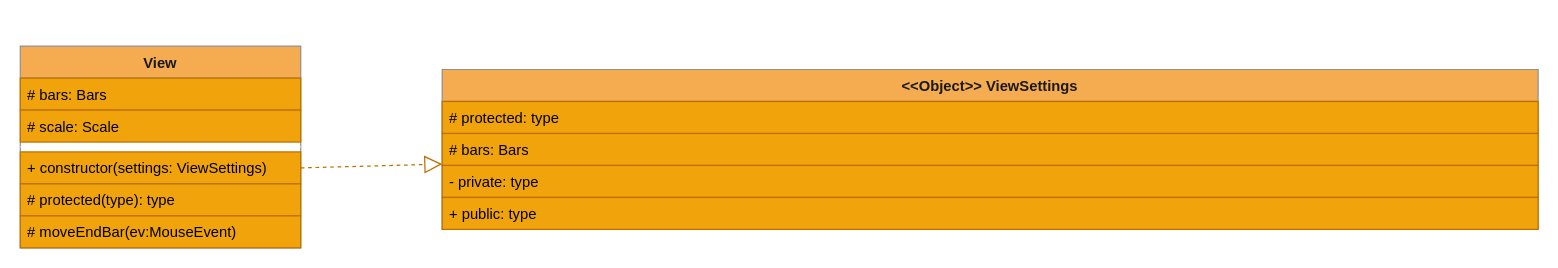
ArhDemetriy/Slider keeps this draw.io diagram as page "View" (4 of 6) of src/components/simple/slider/slider.drawio. Above is the earlier version. Source tidied: cells renumbered, new cells numbered last; positions are measured from the earlier drawing's top-left corner, leaving out a move shared by most shapes. Both pictures are drawn from the tidied source at 123%, with x=0, y=0 at pixel (20, 46).
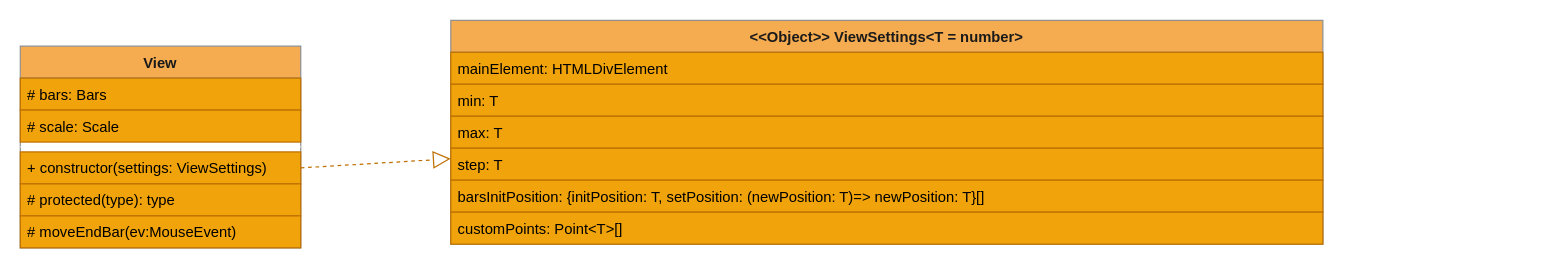
Above is the later version.

Change to the diagram source:
```diff
@@
 <mxGraphModel>
   <root>
     <mxCell id="0" />
     <mxCell id="1" parent="0" />
     <mxCell id="2" parent="0" />
     <mxCell id="3" value="View" style="swimlane;fontStyle=1;align=center;verticalAlign=top;horizontal=1;startSize=26;rounded=0;sketch=0;strokeColor=#909090;fillColor=#F5AB50;fontColor=#1A1A1A;" parent="2" vertex="1">
       <mxGeometry width="228" height="164" as="geometry" />
     </mxCell>
     <mxCell id="4" value="# bars: Bars" style="text;fillColor=#f0a30a;align=left;verticalAlign=top;spacingLeft=4;spacingRight=4;overflow=hidden;strokeColor=#BD7000;fontColor=#000000;" parent="3" vertex="1">
       <mxGeometry y="26" width="228" height="26" as="geometry" />
     </mxCell>
     <mxCell id="5" value="# scale: Scale" style="text;fillColor=#f0a30a;align=left;verticalAlign=top;spacingLeft=4;spacingRight=4;overflow=hidden;strokeColor=#BD7000;fontColor=#000000;" parent="3" vertex="1">
       <mxGeometry y="52" width="228" height="26" as="geometry" />
     </mxCell>
     <mxCell id="6" style="line;strokeWidth=1;align=left;verticalAlign=middle;spacingTop=-1;spacingLeft=3;spacingRight=3;labelPosition=right;fillColor=#F0A30A;strokeColor=#FFFFFF;" parent="3" vertex="1">
       <mxGeometry y="78" width="228" height="8" as="geometry" />
     </mxCell>
     <mxCell id="7" value="+ constructor(settings: ViewSettings)" style="text;align=left;verticalAlign=top;spacingLeft=4;spacingRight=4;overflow=hidden;points=[[0,0.5],[1,0.5]];portConstraint=eastwest;strokeColor=#BD7000;fontColor=#000000;fillColor=#F0A30A;" parent="3" vertex="1">
       <mxGeometry y="86" width="228" height="26" as="geometry" />
     </mxCell>
     <mxCell id="8" value="# protected(type): type" style="text;align=left;verticalAlign=top;spacingLeft=4;spacingRight=4;overflow=hidden;strokeColor=#BD7000;fontColor=#000000;fillColor=#F0A30A;" parent="3" vertex="1">
       <mxGeometry y="112" width="228" height="26" as="geometry" />
     </mxCell>
     <mxCell id="9" value="# moveEndBar(ev:MouseEvent)" style="text;align=left;verticalAlign=top;spacingLeft=4;spacingRight=4;overflow=hidden;strokeColor=#BD7000;fontColor=#000000;fillColor=#F0A30A;" parent="3" vertex="1">
       <mxGeometry y="138" width="228" height="26" as="geometry" />
     </mxCell>
-    <mxCell id="10" value="&lt;&lt;Object&gt;&gt; ViewSettings" style="swimlane;fontStyle=1;align=center;verticalAlign=top;horizontal=1;startSize=26;rounded=0;sketch=0;strokeColor=#909090;fillColor=#F5AB50;fontColor=#1A1A1A;" parent="2" vertex="1">
-      <mxGeometry x="343" y="19" width="891" height="130" as="geometry" />
+    <mxCell id="10" value="&lt;&lt;Object&gt;&gt; ViewSettings&lt;T = number&gt;" style="swimlane;fontStyle=1;align=center;verticalAlign=top;horizontal=1;startSize=26;rounded=0;sketch=0;strokeColor=#909090;fillColor=#F5AB50;fontColor=#1A1A1A;" parent="2" vertex="1">
+      <mxGeometry x="350" y="-21" width="709" height="182" as="geometry" />
     </mxCell>
-    <mxCell id="11" value="# protected: type" style="text;fillColor=#f0a30a;align=left;verticalAlign=top;spacingLeft=4;spacingRight=4;overflow=hidden;strokeColor=#BD7000;fontColor=#000000;" parent="10" vertex="1">
-      <mxGeometry y="26" width="891" height="26" as="geometry" />
+    <mxCell id="11" value="mainElement: HTMLDivElement" style="text;fillColor=#f0a30a;align=left;verticalAlign=top;spacingLeft=4;spacingRight=4;overflow=hidden;strokeColor=#BD7000;fontColor=#000000;" parent="10" vertex="1">
+      <mxGeometry y="26" width="709" height="26" as="geometry" />
     </mxCell>
-    <mxCell id="12" value="# bars: Bars" style="text;fillColor=#f0a30a;align=left;verticalAlign=top;spacingLeft=4;spacingRight=4;overflow=hidden;strokeColor=#BD7000;fontColor=#000000;" parent="10" vertex="1">
-      <mxGeometry y="52" width="891" height="26" as="geometry" />
+    <mxCell id="12" value="min: T" style="text;fillColor=#f0a30a;align=left;verticalAlign=top;spacingLeft=4;spacingRight=4;overflow=hidden;strokeColor=#BD7000;fontColor=#000000;" parent="10" vertex="1">
+      <mxGeometry y="52" width="709" height="26" as="geometry" />
     </mxCell>
-    <mxCell id="13" value="- private: type" style="text;fillColor=#f0a30a;align=left;verticalAlign=top;spacingLeft=4;spacingRight=4;overflow=hidden;strokeColor=#BD7000;fontColor=#000000;" parent="10" vertex="1">
-      <mxGeometry y="78" width="891" height="26" as="geometry" />
-    </mxCell>
-    <mxCell id="14" value="+ public: type" style="text;fillColor=#f0a30a;align=left;verticalAlign=top;spacingLeft=4;spacingRight=4;overflow=hidden;strokeColor=#BD7000;fontColor=#000000;" parent="10" vertex="1">
-      <mxGeometry y="104" width="891" height="26" as="geometry" />
-    </mxCell>
+    <mxCell id="17" value="max: T" style="text;fillColor=#f0a30a;align=left;verticalAlign=top;spacingLeft=4;spacingRight=4;overflow=hidden;strokeColor=#BD7000;fontColor=#000000;" parent="10" vertex="1">
+      <mxGeometry y="78" width="709" height="26" as="geometry" />
+    </mxCell>
+    <mxCell id="18" value="step: T" style="text;fillColor=#f0a30a;align=left;verticalAlign=top;spacingLeft=4;spacingRight=4;overflow=hidden;strokeColor=#BD7000;fontColor=#000000;" parent="10" vertex="1">
+      <mxGeometry y="104" width="709" height="26" as="geometry" />
+    </mxCell>
+    <mxCell id="19" value="barsInitPosition: {initPosition: T, setPosition: (newPosition: T)=&gt; newPosition: T}[]" style="text;fillColor=#f0a30a;align=left;verticalAlign=top;spacingLeft=4;spacingRight=4;overflow=hidden;strokeColor=#BD7000;fontColor=#000000;" parent="10" vertex="1">
+      <mxGeometry y="130" width="709" height="26" as="geometry" />
+    </mxCell>
+    <mxCell id="20" value="customPoints: Point&lt;T&gt;[]" style="text;fillColor=#f0a30a;align=left;verticalAlign=top;spacingLeft=4;spacingRight=4;overflow=hidden;strokeColor=#BD7000;fontColor=#000000;" parent="10" vertex="1">
+      <mxGeometry y="156" width="709" height="26" as="geometry" />
+    </mxCell>
     <mxCell id="15" style="endArrow=block;dashed=1;endFill=0;endSize=12;html=1;strokeColor=#BD7000;fontColor=#000000;fillColor=#f0a30a;exitX=1;exitY=0.5;exitDx=0;exitDy=0;" parent="2" edge="1" source="7" target="10">
       <mxGeometry relative="1" as="geometry" />
     </mxCell>
     <mxCell id="16" parent="0" />
   </root>
 </mxGraphModel>
```
